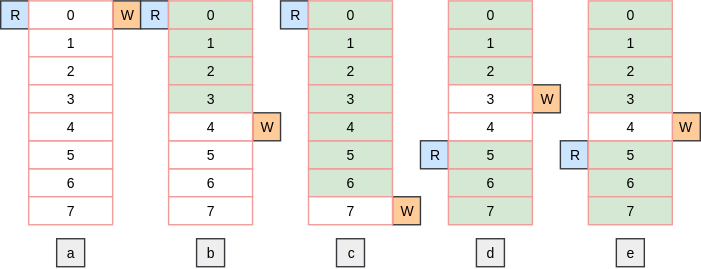
panzidongfamily/ringbuff_res keeps this draw.io diagram as docs/src/buff_cases.svg. Above is the earlier version. Source tidied: cells renumbered, new cells last; positions are measured from the earlier drawing's top-left corner, leaving out a move shared by most shapes.
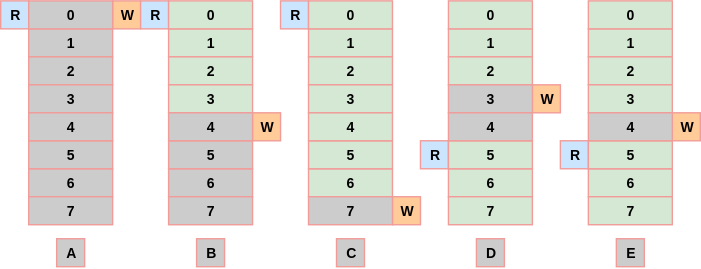
The same file after the commit.

Diff of the diagram source:
```diff
@@ -2,169 +2,169 @@
   <root>
     <mxCell id="0" />
     <mxCell id="1" parent="0" />
-    <mxCell id="2" value="R" style="rounded=0;whiteSpace=wrap;html=1;fontSize=10;fillColor=#cce5ff;strokeColor=#36393d;strokeWidth=1;" parent="1" vertex="1">
+    <mxCell id="2" value="R" style="rounded=0;whiteSpace=wrap;html=1;fontSize=10;fillColor=#cce5ff;strokeColor=#F19C99;strokeWidth=1;fontStyle=1;" parent="1" vertex="1">
       <mxGeometry x="300" y="100" width="20" height="20" as="geometry" />
     </mxCell>
-    <mxCell id="3" value="W&lt;br&gt;" style="rounded=0;whiteSpace=wrap;html=1;fontSize=10;fillColor=#ffcc99;strokeColor=#36393d;strokeWidth=1;" parent="1" vertex="1">
+    <mxCell id="3" value="W&lt;br&gt;" style="rounded=0;whiteSpace=wrap;html=1;fontSize=10;fillColor=#ffcc99;strokeColor=#F19C99;strokeWidth=1;fontStyle=1;" parent="1" vertex="1">
       <mxGeometry x="380" y="60" width="20" height="20" as="geometry" />
     </mxCell>
-    <mxCell id="4" value="R" style="rounded=0;whiteSpace=wrap;html=1;fontSize=10;fillColor=#cce5ff;strokeColor=#36393d;strokeWidth=1;" parent="1" vertex="1">
+    <mxCell id="4" value="R" style="rounded=0;whiteSpace=wrap;html=1;fontSize=10;fillColor=#cce5ff;strokeColor=#F19C99;strokeWidth=1;fontStyle=1;" parent="1" vertex="1">
       <mxGeometry width="20" height="20" as="geometry" />
     </mxCell>
-    <mxCell id="5" value="W&lt;br&gt;" style="rounded=0;whiteSpace=wrap;html=1;fontSize=10;fillColor=#ffcc99;strokeColor=#36393d;strokeWidth=1;" parent="1" vertex="1">
+    <mxCell id="5" value="W&lt;br&gt;" style="rounded=0;whiteSpace=wrap;html=1;fontSize=10;fillColor=#ffcc99;strokeColor=#F19C99;strokeWidth=1;fontStyle=1;" parent="1" vertex="1">
       <mxGeometry x="80" width="20" height="20" as="geometry" />
     </mxCell>
-    <mxCell id="6" value="R" style="rounded=0;whiteSpace=wrap;html=1;fontSize=10;fillColor=#cce5ff;strokeColor=#36393d;strokeWidth=1;" parent="1" vertex="1">
+    <mxCell id="6" value="R" style="rounded=0;whiteSpace=wrap;html=1;fontSize=10;fillColor=#cce5ff;strokeColor=#F19C99;strokeWidth=1;fontStyle=1;" parent="1" vertex="1">
       <mxGeometry x="100" width="20" height="20" as="geometry" />
     </mxCell>
-    <mxCell id="7" value="W&lt;br&gt;" style="rounded=0;whiteSpace=wrap;html=1;fontSize=10;fillColor=#ffcc99;strokeColor=#36393d;strokeWidth=1;" parent="1" vertex="1">
+    <mxCell id="7" value="W&lt;br&gt;" style="rounded=0;whiteSpace=wrap;html=1;fontSize=10;fillColor=#ffcc99;strokeColor=#F19C99;strokeWidth=1;fontStyle=1;" parent="1" vertex="1">
       <mxGeometry x="180" y="80" width="20" height="20" as="geometry" />
     </mxCell>
-    <mxCell id="8" value="R" style="rounded=0;whiteSpace=wrap;html=1;fontSize=10;fillColor=#cce5ff;strokeColor=#36393d;strokeWidth=1;" parent="1" vertex="1">
+    <mxCell id="8" value="R" style="rounded=0;whiteSpace=wrap;html=1;fontSize=10;fillColor=#cce5ff;strokeColor=#F19C99;strokeWidth=1;fontStyle=1;" parent="1" vertex="1">
       <mxGeometry x="200" width="20" height="20" as="geometry" />
     </mxCell>
-    <mxCell id="9" value="W&lt;br&gt;" style="rounded=0;whiteSpace=wrap;html=1;fontSize=10;fillColor=#ffcc99;strokeColor=#36393d;strokeWidth=1;" parent="1" vertex="1">
+    <mxCell id="9" value="W&lt;br&gt;" style="rounded=0;whiteSpace=wrap;html=1;fontSize=10;fillColor=#ffcc99;strokeColor=#F19C99;strokeWidth=1;fontStyle=1;" parent="1" vertex="1">
       <mxGeometry x="280" y="140" width="20" height="20" as="geometry" />
     </mxCell>
-    <mxCell id="10" value="R" style="rounded=0;whiteSpace=wrap;html=1;fontSize=10;fillColor=#cce5ff;strokeColor=#36393d;strokeWidth=1;" parent="1" vertex="1">
+    <mxCell id="10" value="R" style="rounded=0;whiteSpace=wrap;html=1;fontSize=10;fillColor=#cce5ff;strokeColor=#F19C99;strokeWidth=1;fontStyle=1;" parent="1" vertex="1">
       <mxGeometry x="400" y="100" width="20" height="20" as="geometry" />
     </mxCell>
-    <mxCell id="11" value="W&lt;br&gt;" style="rounded=0;whiteSpace=wrap;html=1;fontSize=10;fillColor=#ffcc99;strokeColor=#36393d;strokeWidth=1;" parent="1" vertex="1">
+    <mxCell id="11" value="W&lt;br&gt;" style="rounded=0;whiteSpace=wrap;html=1;fontSize=10;fillColor=#ffcc99;strokeColor=#F19C99;strokeWidth=1;fontStyle=1;" parent="1" vertex="1">
       <mxGeometry x="480" y="80" width="20" height="20" as="geometry" />
     </mxCell>
-    <mxCell id="12" value="1&lt;br style=&quot;font-size: 10px;&quot;&gt;" style="rounded=0;whiteSpace=wrap;html=1;fontSize=10;strokeWidth=1;strokeColor=#F19C99;" parent="1" vertex="1">
+    <mxCell id="12" value="1&lt;br style=&quot;font-size: 10px;&quot;&gt;" style="rounded=0;whiteSpace=wrap;html=1;fontSize=10;strokeWidth=1;strokeColor=#F19C99;fillColor=#CCCCCC;fontStyle=1;" parent="1" vertex="1">
       <mxGeometry x="20" y="20" width="60" height="20" as="geometry" />
     </mxCell>
-    <mxCell id="13" value="2" style="rounded=0;whiteSpace=wrap;html=1;fontSize=10;strokeWidth=1;strokeColor=#F19C99;" parent="1" vertex="1">
+    <mxCell id="13" value="2" style="rounded=0;whiteSpace=wrap;html=1;fontSize=10;strokeWidth=1;strokeColor=#F19C99;fillColor=#CCCCCC;fontStyle=1;" parent="1" vertex="1">
       <mxGeometry x="20" y="40" width="60" height="20" as="geometry" />
     </mxCell>
-    <mxCell id="14" value="3" style="rounded=0;whiteSpace=wrap;html=1;fontSize=10;strokeWidth=1;strokeColor=#F19C99;" parent="1" vertex="1">
+    <mxCell id="14" value="3" style="rounded=0;whiteSpace=wrap;html=1;fontSize=10;strokeWidth=1;strokeColor=#F19C99;fillColor=#CCCCCC;fontStyle=1;" parent="1" vertex="1">
       <mxGeometry x="20" y="60" width="60" height="20" as="geometry" />
     </mxCell>
-    <mxCell id="15" value="6" style="rounded=0;whiteSpace=wrap;html=1;fontSize=10;strokeWidth=1;strokeColor=#F19C99;" parent="1" vertex="1">
+    <mxCell id="15" value="6" style="rounded=0;whiteSpace=wrap;html=1;fontSize=10;strokeWidth=1;strokeColor=#F19C99;fillColor=#CCCCCC;fontStyle=1;" parent="1" vertex="1">
       <mxGeometry x="20" y="120" width="60" height="20" as="geometry" />
     </mxCell>
-    <mxCell id="16" value="5" style="rounded=0;whiteSpace=wrap;html=1;fontSize=10;strokeWidth=1;strokeColor=#F19C99;" parent="1" vertex="1">
+    <mxCell id="16" value="5" style="rounded=0;whiteSpace=wrap;html=1;fontSize=10;strokeWidth=1;strokeColor=#F19C99;fillColor=#CCCCCC;fontStyle=1;" parent="1" vertex="1">
       <mxGeometry x="20" y="100" width="60" height="20" as="geometry" />
     </mxCell>
-    <mxCell id="17" value="4" style="rounded=0;whiteSpace=wrap;html=1;fontSize=10;strokeWidth=1;strokeColor=#F19C99;" parent="1" vertex="1">
+    <mxCell id="17" value="4" style="rounded=0;whiteSpace=wrap;html=1;fontSize=10;strokeWidth=1;strokeColor=#F19C99;fillColor=#CCCCCC;fontStyle=1;" parent="1" vertex="1">
       <mxGeometry x="20" y="80" width="60" height="20" as="geometry" />
     </mxCell>
-    <mxCell id="18" value="7" style="rounded=0;whiteSpace=wrap;html=1;fontSize=10;strokeWidth=1;strokeColor=#F19C99;" parent="1" vertex="1">
+    <mxCell id="18" value="7" style="rounded=0;whiteSpace=wrap;html=1;fontSize=10;strokeWidth=1;strokeColor=#F19C99;fillColor=#CCCCCC;fontStyle=1;" parent="1" vertex="1">
       <mxGeometry x="20" y="140" width="60" height="20" as="geometry" />
     </mxCell>
-    <mxCell id="19" value="0" style="rounded=0;whiteSpace=wrap;html=1;fontFamily=Arial;fontSize=10;strokeWidth=1;strokeColor=#F19C99;" parent="1" vertex="1">
+    <mxCell id="19" value="0" style="rounded=0;whiteSpace=wrap;html=1;fontFamily=Arial;fontSize=10;strokeWidth=1;strokeColor=#F19C99;fillColor=#CCCCCC;fontStyle=1;" parent="1" vertex="1">
       <mxGeometry x="20" width="60" height="20" as="geometry" />
     </mxCell>
-    <mxCell id="20" value="1&lt;br style=&quot;font-size: 10px;&quot;&gt;" style="rounded=0;whiteSpace=wrap;html=1;fontSize=10;fillColor=#d5e8d4;strokeColor=#F19C99;strokeWidth=1;" parent="1" vertex="1">
+    <mxCell id="20" value="1&lt;br style=&quot;font-size: 10px;&quot;&gt;" style="rounded=0;whiteSpace=wrap;html=1;fontSize=10;fillColor=#d5e8d4;strokeColor=#F19C99;strokeWidth=1;fontStyle=1;" parent="1" vertex="1">
       <mxGeometry x="120" y="20" width="60" height="20" as="geometry" />
     </mxCell>
-    <mxCell id="21" value="2" style="rounded=0;whiteSpace=wrap;html=1;fontSize=10;fillColor=#d5e8d4;strokeColor=#F19C99;strokeWidth=1;" parent="1" vertex="1">
+    <mxCell id="21" value="2" style="rounded=0;whiteSpace=wrap;html=1;fontSize=10;fillColor=#d5e8d4;strokeColor=#F19C99;strokeWidth=1;fontStyle=1;" parent="1" vertex="1">
       <mxGeometry x="120" y="40" width="60" height="20" as="geometry" />
     </mxCell>
-    <mxCell id="22" value="3" style="rounded=0;whiteSpace=wrap;html=1;fontSize=10;fillColor=#d5e8d4;strokeColor=#F19C99;strokeWidth=1;" parent="1" vertex="1">
+    <mxCell id="22" value="3" style="rounded=0;whiteSpace=wrap;html=1;fontSize=10;fillColor=#d5e8d4;strokeColor=#F19C99;strokeWidth=1;fontStyle=1;" parent="1" vertex="1">
       <mxGeometry x="120" y="60" width="60" height="20" as="geometry" />
     </mxCell>
-    <mxCell id="23" value="6" style="rounded=0;whiteSpace=wrap;html=1;fontSize=10;strokeWidth=1;strokeColor=#F19C99;" parent="1" vertex="1">
+    <mxCell id="23" value="6" style="rounded=0;whiteSpace=wrap;html=1;fontSize=10;strokeWidth=1;strokeColor=#F19C99;fillColor=#CCCCCC;fontStyle=1;" parent="1" vertex="1">
       <mxGeometry x="120" y="120" width="60" height="20" as="geometry" />
     </mxCell>
-    <mxCell id="24" value="5" style="rounded=0;whiteSpace=wrap;html=1;fontSize=10;strokeWidth=1;strokeColor=#F19C99;" parent="1" vertex="1">
+    <mxCell id="24" value="5" style="rounded=0;whiteSpace=wrap;html=1;fontSize=10;strokeWidth=1;strokeColor=#F19C99;fillColor=#CCCCCC;fontStyle=1;" parent="1" vertex="1">
       <mxGeometry x="120" y="100" width="60" height="20" as="geometry" />
     </mxCell>
-    <mxCell id="25" value="4" style="rounded=0;whiteSpace=wrap;html=1;fontSize=10;strokeWidth=1;strokeColor=#F19C99;" parent="1" vertex="1">
+    <mxCell id="25" value="4" style="rounded=0;whiteSpace=wrap;html=1;fontSize=10;strokeWidth=1;strokeColor=#F19C99;fillColor=#CCCCCC;fontStyle=1;" parent="1" vertex="1">
       <mxGeometry x="120" y="80" width="60" height="20" as="geometry" />
     </mxCell>
-    <mxCell id="26" value="7" style="rounded=0;whiteSpace=wrap;html=1;fontSize=10;strokeWidth=1;strokeColor=#F19C99;" parent="1" vertex="1">
+    <mxCell id="26" value="7" style="rounded=0;whiteSpace=wrap;html=1;fontSize=10;strokeWidth=1;strokeColor=#F19C99;fillColor=#CCCCCC;fontStyle=1;" parent="1" vertex="1">
       <mxGeometry x="120" y="140" width="60" height="20" as="geometry" />
     </mxCell>
-    <mxCell id="27" value="0" style="rounded=0;whiteSpace=wrap;html=1;fontFamily=Arial;fontSize=10;fillColor=#d5e8d4;strokeColor=#F19C99;strokeWidth=1;" parent="1" vertex="1">
+    <mxCell id="27" value="0" style="rounded=0;whiteSpace=wrap;html=1;fontFamily=Arial;fontSize=10;fillColor=#d5e8d4;strokeColor=#F19C99;strokeWidth=1;fontStyle=1;" parent="1" vertex="1">
       <mxGeometry x="120" width="60" height="20" as="geometry" />
     </mxCell>
-    <mxCell id="28" value="1&lt;br style=&quot;font-size: 10px;&quot;&gt;" style="rounded=0;whiteSpace=wrap;html=1;fontSize=10;fillColor=#d5e8d4;strokeColor=#F19C99;strokeWidth=1;" parent="1" vertex="1">
+    <mxCell id="28" value="1&lt;br style=&quot;font-size: 10px;&quot;&gt;" style="rounded=0;whiteSpace=wrap;html=1;fontSize=10;fillColor=#d5e8d4;strokeColor=#F19C99;strokeWidth=1;fontStyle=1;" parent="1" vertex="1">
       <mxGeometry x="220" y="20" width="60" height="20" as="geometry" />
     </mxCell>
-    <mxCell id="29" value="2" style="rounded=0;whiteSpace=wrap;html=1;fontSize=10;fillColor=#d5e8d4;strokeColor=#F19C99;strokeWidth=1;" parent="1" vertex="1">
+    <mxCell id="29" value="2" style="rounded=0;whiteSpace=wrap;html=1;fontSize=10;fillColor=#d5e8d4;strokeColor=#F19C99;strokeWidth=1;fontStyle=1;" parent="1" vertex="1">
       <mxGeometry x="220" y="40" width="60" height="20" as="geometry" />
     </mxCell>
-    <mxCell id="30" value="3" style="rounded=0;whiteSpace=wrap;html=1;fontSize=10;fillColor=#d5e8d4;strokeColor=#F19C99;strokeWidth=1;" parent="1" vertex="1">
+    <mxCell id="30" value="3" style="rounded=0;whiteSpace=wrap;html=1;fontSize=10;fillColor=#d5e8d4;strokeColor=#F19C99;strokeWidth=1;fontStyle=1;" parent="1" vertex="1">
       <mxGeometry x="220" y="60" width="60" height="20" as="geometry" />
     </mxCell>
-    <mxCell id="31" value="6" style="rounded=0;whiteSpace=wrap;html=1;fontSize=10;fillColor=#d5e8d4;strokeColor=#F19C99;strokeWidth=1;" parent="1" vertex="1">
+    <mxCell id="31" value="6" style="rounded=0;whiteSpace=wrap;html=1;fontSize=10;fillColor=#d5e8d4;strokeColor=#F19C99;strokeWidth=1;fontStyle=1;" parent="1" vertex="1">
       <mxGeometry x="220" y="120" width="60" height="20" as="geometry" />
     </mxCell>
-    <mxCell id="32" value="5" style="rounded=0;whiteSpace=wrap;html=1;fontSize=10;fillColor=#d5e8d4;strokeColor=#F19C99;strokeWidth=1;" parent="1" vertex="1">
+    <mxCell id="32" value="5" style="rounded=0;whiteSpace=wrap;html=1;fontSize=10;fillColor=#d5e8d4;strokeColor=#F19C99;strokeWidth=1;fontStyle=1;" parent="1" vertex="1">
       <mxGeometry x="220" y="100" width="60" height="20" as="geometry" />
     </mxCell>
-    <mxCell id="33" value="4" style="rounded=0;whiteSpace=wrap;html=1;fontSize=10;fillColor=#d5e8d4;strokeColor=#F19C99;strokeWidth=1;" parent="1" vertex="1">
+    <mxCell id="33" value="4" style="rounded=0;whiteSpace=wrap;html=1;fontSize=10;fillColor=#d5e8d4;strokeColor=#F19C99;strokeWidth=1;fontStyle=1;" parent="1" vertex="1">
       <mxGeometry x="220" y="80" width="60" height="20" as="geometry" />
     </mxCell>
-    <mxCell id="34" value="0" style="rounded=0;whiteSpace=wrap;html=1;fontFamily=Arial;fontSize=10;fillColor=#d5e8d4;strokeColor=#F19C99;strokeWidth=1;" parent="1" vertex="1">
+    <mxCell id="34" value="0" style="rounded=0;whiteSpace=wrap;html=1;fontFamily=Arial;fontSize=10;fillColor=#d5e8d4;strokeColor=#F19C99;strokeWidth=1;fontStyle=1;" parent="1" vertex="1">
       <mxGeometry x="220" width="60" height="20" as="geometry" />
     </mxCell>
-    <mxCell id="35" value="1&lt;br style=&quot;font-size: 10px;&quot;&gt;" style="rounded=0;whiteSpace=wrap;html=1;fontSize=10;fillColor=#d5e8d4;strokeColor=#F19C99;strokeWidth=1;" parent="1" vertex="1">
+    <mxCell id="35" value="1&lt;br style=&quot;font-size: 10px;&quot;&gt;" style="rounded=0;whiteSpace=wrap;html=1;fontSize=10;fillColor=#d5e8d4;strokeColor=#F19C99;strokeWidth=1;fontStyle=1;" parent="1" vertex="1">
       <mxGeometry x="320" y="20" width="60" height="20" as="geometry" />
     </mxCell>
-    <mxCell id="36" value="2" style="rounded=0;whiteSpace=wrap;html=1;fontSize=10;fillColor=#d5e8d4;strokeColor=#F19C99;strokeWidth=1;" parent="1" vertex="1">
+    <mxCell id="36" value="2" style="rounded=0;whiteSpace=wrap;html=1;fontSize=10;fillColor=#d5e8d4;strokeColor=#F19C99;strokeWidth=1;fontStyle=1;" parent="1" vertex="1">
       <mxGeometry x="320" y="40" width="60" height="20" as="geometry" />
     </mxCell>
-    <mxCell id="37" value="3" style="rounded=0;whiteSpace=wrap;html=1;fontSize=10;strokeWidth=1;strokeColor=#F19C99;" parent="1" vertex="1">
+    <mxCell id="37" value="3" style="rounded=0;whiteSpace=wrap;html=1;fontSize=10;strokeWidth=1;strokeColor=#F19C99;fillColor=#CCCCCC;fontStyle=1;" parent="1" vertex="1">
       <mxGeometry x="320" y="60" width="60" height="20" as="geometry" />
     </mxCell>
-    <mxCell id="38" value="6" style="rounded=0;whiteSpace=wrap;html=1;fontSize=10;fillColor=#d5e8d4;strokeColor=#F19C99;strokeWidth=1;" parent="1" vertex="1">
+    <mxCell id="38" value="6" style="rounded=0;whiteSpace=wrap;html=1;fontSize=10;fillColor=#d5e8d4;strokeColor=#F19C99;strokeWidth=1;fontStyle=1;" parent="1" vertex="1">
       <mxGeometry x="320" y="120" width="60" height="20" as="geometry" />
     </mxCell>
-    <mxCell id="39" value="5" style="rounded=0;whiteSpace=wrap;html=1;fontSize=10;fillColor=#d5e8d4;strokeColor=#F19C99;strokeWidth=1;" parent="1" vertex="1">
+    <mxCell id="39" value="5" style="rounded=0;whiteSpace=wrap;html=1;fontSize=10;fillColor=#d5e8d4;strokeColor=#F19C99;strokeWidth=1;fontStyle=1;" parent="1" vertex="1">
       <mxGeometry x="320" y="100" width="60" height="20" as="geometry" />
     </mxCell>
-    <mxCell id="40" value="4" style="rounded=0;whiteSpace=wrap;html=1;fontSize=10;strokeWidth=1;strokeColor=#F19C99;" parent="1" vertex="1">
+    <mxCell id="40" value="4" style="rounded=0;whiteSpace=wrap;html=1;fontSize=10;strokeWidth=1;strokeColor=#F19C99;fillColor=#CCCCCC;fontStyle=1;" parent="1" vertex="1">
       <mxGeometry x="320" y="80" width="60" height="20" as="geometry" />
     </mxCell>
-    <mxCell id="41" value="7" style="rounded=0;whiteSpace=wrap;html=1;fontSize=10;fillColor=#d5e8d4;strokeColor=#F19C99;strokeWidth=1;" parent="1" vertex="1">
+    <mxCell id="41" value="7" style="rounded=0;whiteSpace=wrap;html=1;fontSize=10;fillColor=#d5e8d4;strokeColor=#F19C99;strokeWidth=1;fontStyle=1;" parent="1" vertex="1">
       <mxGeometry x="320" y="140" width="60" height="20" as="geometry" />
     </mxCell>
-    <mxCell id="42" value="0" style="rounded=0;whiteSpace=wrap;html=1;fontFamily=Arial;fontSize=10;fillColor=#d5e8d4;strokeColor=#F19C99;strokeWidth=1;" parent="1" vertex="1">
+    <mxCell id="42" value="0" style="rounded=0;whiteSpace=wrap;html=1;fontFamily=Arial;fontSize=10;fillColor=#d5e8d4;strokeColor=#F19C99;strokeWidth=1;fontStyle=1;" parent="1" vertex="1">
       <mxGeometry x="320" width="60" height="20" as="geometry" />
     </mxCell>
-    <mxCell id="43" value="7" style="rounded=0;whiteSpace=wrap;html=1;fontSize=10;strokeWidth=1;strokeColor=#F19C99;" parent="1" vertex="1">
+    <mxCell id="43" value="7" style="rounded=0;whiteSpace=wrap;html=1;fontSize=10;strokeWidth=1;strokeColor=#F19C99;fillColor=#CCCCCC;fontStyle=1;" parent="1" vertex="1">
       <mxGeometry x="220" y="140" width="60" height="20" as="geometry" />
     </mxCell>
-    <mxCell id="44" value="b" style="rounded=0;whiteSpace=wrap;html=1;fontSize=10;strokeWidth=1;strokeColor=#36393d;fillColor=#eeeeee;" parent="1" vertex="1">
+    <mxCell id="44" value="B" style="rounded=0;whiteSpace=wrap;html=1;fontSize=10;strokeWidth=1;strokeColor=#F19C99;fillColor=#CCCCCC;fontStyle=1;" parent="1" vertex="1">
       <mxGeometry x="140" y="170" width="20" height="20" as="geometry" />
     </mxCell>
-    <mxCell id="45" value="a" style="rounded=0;whiteSpace=wrap;html=1;fontSize=10;strokeWidth=1;strokeColor=#36393d;fillColor=#eeeeee;" parent="1" vertex="1">
+    <mxCell id="45" value="A" style="rounded=0;whiteSpace=wrap;html=1;fontSize=10;strokeWidth=1;strokeColor=#F19C99;fillColor=#CCCCCC;fontStyle=1;" parent="1" vertex="1">
       <mxGeometry x="40" y="170" width="20" height="20" as="geometry" />
     </mxCell>
-    <mxCell id="46" value="c" style="rounded=0;whiteSpace=wrap;html=1;fontSize=10;strokeWidth=1;strokeColor=#36393d;fillColor=#eeeeee;" parent="1" vertex="1">
+    <mxCell id="46" value="C" style="rounded=0;whiteSpace=wrap;html=1;fontSize=10;strokeWidth=1;strokeColor=#F19C99;fillColor=#CCCCCC;fontStyle=1;" parent="1" vertex="1">
       <mxGeometry x="240" y="170" width="20" height="20" as="geometry" />
     </mxCell>
-    <mxCell id="47" value="d" style="rounded=0;whiteSpace=wrap;html=1;fontSize=10;strokeWidth=1;strokeColor=#36393d;fillColor=#eeeeee;" parent="1" vertex="1">
+    <mxCell id="47" value="D" style="rounded=0;whiteSpace=wrap;html=1;fontSize=10;strokeWidth=1;strokeColor=#F19C99;fillColor=#CCCCCC;fontStyle=1;" parent="1" vertex="1">
       <mxGeometry x="340" y="170" width="20" height="20" as="geometry" />
     </mxCell>
-    <mxCell id="48" value="1&lt;br style=&quot;font-size: 10px;&quot;&gt;" style="rounded=0;whiteSpace=wrap;html=1;fontSize=10;fillColor=#d5e8d4;strokeColor=#F19C99;strokeWidth=1;" parent="1" vertex="1">
+    <mxCell id="48" value="1&lt;br style=&quot;font-size: 10px;&quot;&gt;" style="rounded=0;whiteSpace=wrap;html=1;fontSize=10;fillColor=#d5e8d4;strokeColor=#F19C99;strokeWidth=1;fontStyle=1;" parent="1" vertex="1">
       <mxGeometry x="420" y="20" width="60" height="20" as="geometry" />
     </mxCell>
-    <mxCell id="49" value="2" style="rounded=0;whiteSpace=wrap;html=1;fontSize=10;fillColor=#d5e8d4;strokeColor=#F19C99;strokeWidth=1;" parent="1" vertex="1">
+    <mxCell id="49" value="2" style="rounded=0;whiteSpace=wrap;html=1;fontSize=10;fillColor=#d5e8d4;strokeColor=#F19C99;strokeWidth=1;fontStyle=1;" parent="1" vertex="1">
       <mxGeometry x="420" y="40" width="60" height="20" as="geometry" />
     </mxCell>
-    <mxCell id="50" value="3" style="rounded=0;whiteSpace=wrap;html=1;fontSize=10;fillColor=#d5e8d4;strokeColor=#F19C99;strokeWidth=1;" parent="1" vertex="1">
+    <mxCell id="50" value="3" style="rounded=0;whiteSpace=wrap;html=1;fontSize=10;fillColor=#d5e8d4;strokeColor=#F19C99;strokeWidth=1;fontStyle=1;" parent="1" vertex="1">
       <mxGeometry x="420" y="60" width="60" height="20" as="geometry" />
     </mxCell>
-    <mxCell id="51" value="6" style="rounded=0;whiteSpace=wrap;html=1;fontSize=10;fillColor=#d5e8d4;strokeColor=#F19C99;strokeWidth=1;" parent="1" vertex="1">
+    <mxCell id="51" value="6" style="rounded=0;whiteSpace=wrap;html=1;fontSize=10;fillColor=#d5e8d4;strokeColor=#F19C99;strokeWidth=1;fontStyle=1;" parent="1" vertex="1">
       <mxGeometry x="420" y="120" width="60" height="20" as="geometry" />
     </mxCell>
-    <mxCell id="52" value="5" style="rounded=0;whiteSpace=wrap;html=1;fontSize=10;fillColor=#d5e8d4;strokeColor=#F19C99;strokeWidth=1;" parent="1" vertex="1">
+    <mxCell id="52" value="5" style="rounded=0;whiteSpace=wrap;html=1;fontSize=10;fillColor=#d5e8d4;strokeColor=#F19C99;strokeWidth=1;fontStyle=1;" parent="1" vertex="1">
       <mxGeometry x="420" y="100" width="60" height="20" as="geometry" />
     </mxCell>
-    <mxCell id="53" value="4" style="rounded=0;whiteSpace=wrap;html=1;fontSize=10;strokeWidth=1;strokeColor=#F19C99;" parent="1" vertex="1">
+    <mxCell id="53" value="4" style="rounded=0;whiteSpace=wrap;html=1;fontSize=10;strokeWidth=1;strokeColor=#F19C99;fillColor=#CCCCCC;fontStyle=1;" parent="1" vertex="1">
       <mxGeometry x="420" y="80" width="60" height="20" as="geometry" />
     </mxCell>
-    <mxCell id="54" value="7" style="rounded=0;whiteSpace=wrap;html=1;fontSize=10;fillColor=#d5e8d4;strokeColor=#F19C99;strokeWidth=1;" parent="1" vertex="1">
+    <mxCell id="54" value="7" style="rounded=0;whiteSpace=wrap;html=1;fontSize=10;fillColor=#d5e8d4;strokeColor=#F19C99;strokeWidth=1;fontStyle=1;" parent="1" vertex="1">
       <mxGeometry x="420" y="140" width="60" height="20" as="geometry" />
     </mxCell>
-    <mxCell id="55" value="0" style="rounded=0;whiteSpace=wrap;html=1;fontFamily=Arial;fontSize=10;fillColor=#d5e8d4;strokeColor=#F19C99;strokeWidth=1;" parent="1" vertex="1">
+    <mxCell id="55" value="0" style="rounded=0;whiteSpace=wrap;html=1;fontFamily=Arial;fontSize=10;fillColor=#d5e8d4;strokeColor=#F19C99;strokeWidth=1;fontStyle=1;" parent="1" vertex="1">
       <mxGeometry x="420" width="60" height="20" as="geometry" />
     </mxCell>
-    <mxCell id="56" value="e" style="rounded=0;whiteSpace=wrap;html=1;fontSize=10;strokeWidth=1;strokeColor=#36393d;fillColor=#eeeeee;" parent="1" vertex="1">
+    <mxCell id="56" value="E" style="rounded=0;whiteSpace=wrap;html=1;fontSize=10;strokeWidth=1;strokeColor=#F19C99;fillColor=#CCCCCC;fontStyle=1;" parent="1" vertex="1">
       <mxGeometry x="440" y="170" width="20" height="20" as="geometry" />
     </mxCell>
   </root>
```
